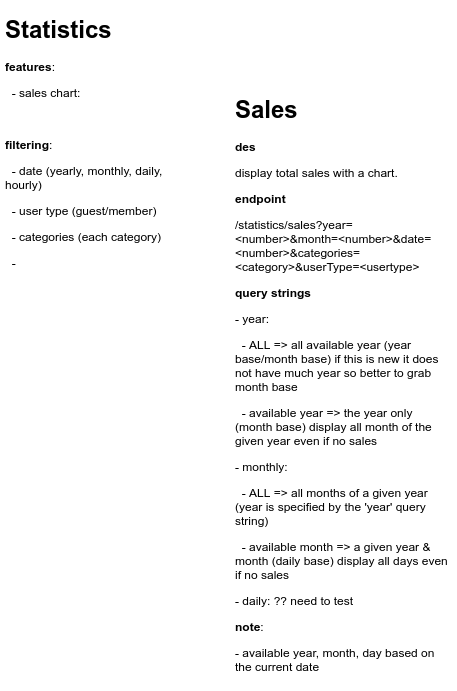
This is statistics.png from stsiwo/e-commerce-starter-kits, a draw.io export, as it was before one commit. Source tidied: cells renumbered, new cells last; positions are measured from the earlier drawing's top-left corner, leaving out a move shared by most shapes.
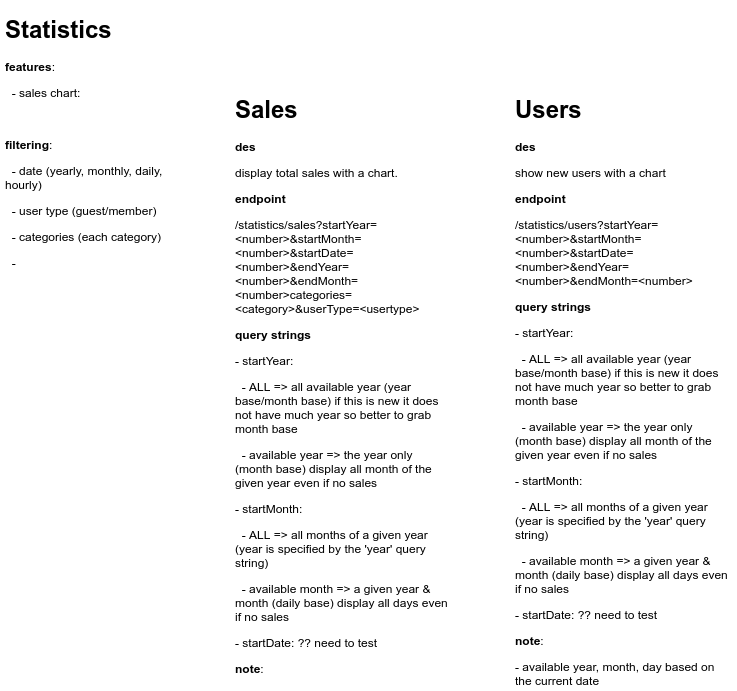
Above is the later version.

The edit, as a diff of the source:
```diff
@@ -5,8 +5,11 @@
     <mxCell id="2" value="&lt;h1&gt;Statistics&amp;nbsp;&lt;/h1&gt;&lt;p&gt;&lt;b&gt;features&lt;/b&gt;:&lt;/p&gt;&lt;p&gt;&amp;nbsp; - sales chart:&amp;nbsp;&lt;/p&gt;&lt;p&gt;&lt;br&gt;&lt;/p&gt;&lt;p&gt;&lt;b&gt;filtering&lt;/b&gt;:&amp;nbsp;&lt;/p&gt;&lt;p&gt;&amp;nbsp; - date (yearly, monthly, daily, hourly)&lt;/p&gt;&lt;p&gt;&amp;nbsp; - user type (guest/member)&lt;/p&gt;&lt;p&gt;&amp;nbsp; - categories (each category)&lt;/p&gt;&lt;p&gt;&amp;nbsp; -&amp;nbsp;&lt;/p&gt;&lt;p&gt;&lt;br&gt;&lt;/p&gt;&lt;p&gt;&lt;br&gt;&lt;/p&gt;" style="text;html=1;strokeColor=none;fillColor=none;spacing=5;spacingTop=-20;whiteSpace=wrap;overflow=hidden;rounded=0;" parent="1" vertex="1">
       <mxGeometry width="190" height="270" as="geometry" />
     </mxCell>
-    <mxCell id="3" value="&lt;h1&gt;Sales&amp;nbsp;&lt;/h1&gt;&lt;p&gt;&lt;b&gt;des&lt;/b&gt;&lt;/p&gt;&lt;p&gt;display total sales with a chart.&amp;nbsp;&lt;/p&gt;&lt;p&gt;&lt;b&gt;endpoint&lt;/b&gt;&lt;/p&gt;&lt;p&gt;/statistics/sales?year=&amp;lt;number&amp;gt;&amp;amp;month=&amp;lt;number&amp;gt;&amp;amp;date=&amp;lt;number&amp;gt;&amp;amp;categories=&amp;lt;category&amp;gt;&amp;amp;userType=&amp;lt;usertype&amp;gt;&lt;/p&gt;&lt;p&gt;&lt;b&gt;query strings&lt;/b&gt;&lt;/p&gt;&lt;p&gt;- year:&amp;nbsp;&lt;/p&gt;&lt;p&gt;&amp;nbsp; - ALL =&amp;gt; all available year (year base/month base) if this is new it does not have much year so better to grab month base&lt;/p&gt;&lt;p&gt;&amp;nbsp; - available year =&amp;gt; the year only (month base) display all month of the given year even if no sales&lt;/p&gt;&lt;p&gt;- monthly:&amp;nbsp;&lt;/p&gt;&lt;p&gt;&amp;nbsp; - ALL =&amp;gt; all months of a given year (year is specified by the 'year' query string)&amp;nbsp;&lt;/p&gt;&lt;p&gt;&amp;nbsp; - available month =&amp;gt; a given year &amp;amp; month (daily base) display all days even if no sales&lt;/p&gt;&lt;p&gt;- daily: ?? need to test&lt;/p&gt;&lt;p&gt;&lt;b&gt;note&lt;/b&gt;:&lt;/p&gt;&lt;p&gt;- available year, month, day based on the current date&lt;/p&gt;" style="text;html=1;strokeColor=none;fillColor=none;spacing=5;spacingTop=-20;whiteSpace=wrap;overflow=hidden;rounded=0;" parent="1" vertex="1">
+    <mxCell id="3" value="&lt;h1&gt;Sales&amp;nbsp;&lt;/h1&gt;&lt;p&gt;&lt;b&gt;des&lt;/b&gt;&lt;/p&gt;&lt;p&gt;display total sales with a chart.&amp;nbsp;&lt;/p&gt;&lt;p&gt;&lt;b&gt;endpoint&lt;/b&gt;&lt;/p&gt;&lt;p&gt;/statistics/sales?startYear=&amp;lt;number&amp;gt;&amp;amp;startMonth=&amp;lt;number&amp;gt;&amp;amp;startDate=&amp;lt;number&amp;gt;&amp;amp;endYear=&amp;lt;number&amp;gt;&amp;amp;endMonth=&amp;lt;number&amp;gt;categories=&amp;lt;category&amp;gt;&amp;amp;userType=&amp;lt;usertype&amp;gt;&lt;/p&gt;&lt;p&gt;&lt;b&gt;query strings&lt;/b&gt;&lt;/p&gt;&lt;p&gt;- startYear:&amp;nbsp;&lt;/p&gt;&lt;p&gt;&amp;nbsp; - ALL =&amp;gt; all available year (year base/month base) if this is new it does not have much year so better to grab month base&lt;/p&gt;&lt;p&gt;&amp;nbsp; - available year =&amp;gt; the year only (month base) display all month of the given year even if no sales&lt;/p&gt;&lt;p&gt;- startMonth:&amp;nbsp;&lt;/p&gt;&lt;p&gt;&amp;nbsp; - ALL =&amp;gt; all months of a given year (year is specified by the 'year' query string)&amp;nbsp;&lt;/p&gt;&lt;p&gt;&amp;nbsp; - available month =&amp;gt; a given year &amp;amp; month (daily base) display all days even if no sales&lt;/p&gt;&lt;p&gt;- startDate: ?? need to test&lt;/p&gt;&lt;p&gt;&lt;b&gt;note&lt;/b&gt;:&lt;/p&gt;&lt;p&gt;- available year, month, day based on the current date&lt;/p&gt;" style="text;html=1;strokeColor=none;fillColor=none;spacing=5;spacingTop=-20;whiteSpace=wrap;overflow=hidden;rounded=0;" parent="1" vertex="1">
       <mxGeometry x="230" y="80" width="226" height="600" as="geometry" />
     </mxCell>
+    <mxCell id="4" value="&lt;h1&gt;Users&amp;nbsp;&amp;nbsp;&lt;/h1&gt;&lt;p&gt;&lt;b&gt;des&lt;/b&gt;&lt;/p&gt;&lt;p&gt;show new users with a chart&amp;nbsp;&lt;/p&gt;&lt;p&gt;&lt;b&gt;endpoint&lt;/b&gt;&lt;/p&gt;&lt;p&gt;/statistics/users?startYear=&amp;lt;number&amp;gt;&amp;amp;startMonth=&amp;lt;number&amp;gt;&amp;amp;startDate=&amp;lt;number&amp;gt;&amp;amp;endYear=&amp;lt;number&amp;gt;&amp;amp;endMonth=&amp;lt;number&amp;gt;&lt;/p&gt;&lt;p&gt;&lt;b&gt;query strings&lt;/b&gt;&lt;/p&gt;&lt;p&gt;- startYear:&amp;nbsp;&lt;/p&gt;&lt;p&gt;&amp;nbsp; - ALL =&amp;gt; all available year (year base/month base) if this is new it does not have much year so better to grab month base&lt;/p&gt;&lt;p&gt;&amp;nbsp; - available year =&amp;gt; the year only (month base) display all month of the given year even if no sales&lt;/p&gt;&lt;p&gt;- startMonth:&amp;nbsp;&lt;/p&gt;&lt;p&gt;&amp;nbsp; - ALL =&amp;gt; all months of a given year (year is specified by the 'year' query string)&amp;nbsp;&lt;/p&gt;&lt;p&gt;&amp;nbsp; - available month =&amp;gt; a given year &amp;amp; month (daily base) display all days even if no sales&lt;/p&gt;&lt;p&gt;- startDate: ?? need to test&lt;/p&gt;&lt;p&gt;&lt;b&gt;note&lt;/b&gt;:&lt;/p&gt;&lt;p&gt;- available year, month, day based on the current date&lt;/p&gt;" style="text;html=1;strokeColor=none;fillColor=none;spacing=5;spacingTop=-20;whiteSpace=wrap;overflow=hidden;rounded=0;" parent="1" vertex="1">
+      <mxGeometry x="510" y="80" width="226" height="600" as="geometry" />
+    </mxCell>
   </root>
 </mxGraphModel>
```
